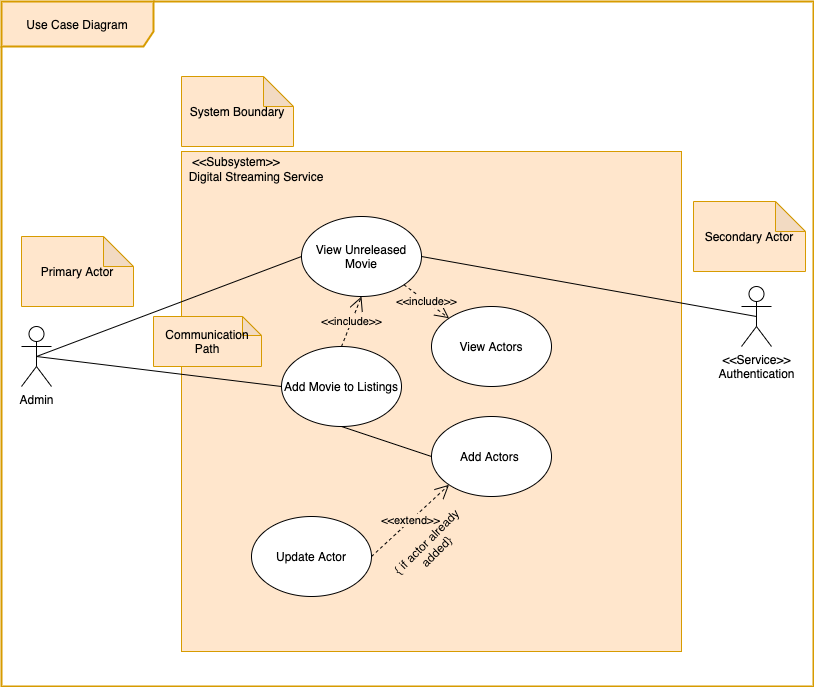
Before: KohHongYe/Project/Diagrams/UseCaseDiagram.png, a diagram exported from draw.io (aukokyong/DSS). Source tidied: cells renumbered, new cells last; positions are measured from the earlier drawing's top-left corner, leaving out a move shared by most shapes. The source it was exported from:
```xml
<mxGraphModel>
  <root>
    <mxCell id="0" />
    <mxCell id="1" parent="0" />
    <mxCell id="2" value="Use Case Diagram" style="shape=umlFrame;whiteSpace=wrap;html=1;glass=1;strokeColor=#d79b00;strokeWidth=2;fillColor=#ffe6cc;width=152;height=45;" parent="1" vertex="1">
      <mxGeometry width="812" height="685" as="geometry" />
    </mxCell>
    <mxCell id="3" style="whiteSpace=wrap;html=1;fillColor=#ffe6cc;strokeColor=#d79b00;" parent="1" vertex="1">
      <mxGeometry x="180" y="150" width="500" height="500" as="geometry" />
    </mxCell>
    <mxCell id="4" value="Admin" style="shape=umlActor;verticalLabelPosition=bottom;verticalAlign=top;html=1;outlineConnect=0;" parent="1" vertex="1">
      <mxGeometry x="20" y="325" width="30" height="60" as="geometry" />
    </mxCell>
    <mxCell id="5" value="View Unreleased Movie" style="ellipse;whiteSpace=wrap;html=1;" parent="1" vertex="1">
      <mxGeometry x="300" y="215" width="120" height="80" as="geometry" />
    </mxCell>
    <mxCell id="6" style="endArrow=none;html=1;exitX=0.5;exitY=0.5;exitDx=0;exitDy=0;exitPerimeter=0;entryX=0;entryY=0.5;entryDx=0;entryDy=0;" parent="1" edge="1" source="4" target="5">
      <mxGeometry relative="1" as="geometry" />
    </mxCell>
    <mxCell id="7" value="&amp;lt;&amp;lt;Service&amp;gt;&amp;gt;&lt;br&gt;Authentication" style="shape=umlActor;verticalLabelPosition=bottom;verticalAlign=top;html=1;outlineConnect=0;" parent="1" vertex="1">
      <mxGeometry x="740" y="285" width="30" height="60" as="geometry" />
    </mxCell>
    <mxCell id="8" style="endArrow=none;html=1;entryX=0.5;entryY=0.5;entryDx=0;entryDy=0;entryPerimeter=0;" parent="1" edge="1" target="7">
      <mxGeometry relative="1" as="geometry">
        <mxPoint x="420" y="255" as="sourcePoint" />
      </mxGeometry>
    </mxCell>
    <mxCell id="9" value="Add Movie to Listings" style="ellipse;whiteSpace=wrap;html=1;" parent="1" vertex="1">
      <mxGeometry x="280" y="345" width="120" height="80" as="geometry" />
    </mxCell>
    <mxCell id="10" style="endArrow=none;html=1;entryX=0;entryY=0.5;entryDx=0;entryDy=0;exitX=0.5;exitY=0.5;exitDx=0;exitDy=0;exitPerimeter=0;" parent="1" edge="1" source="4" target="9">
      <mxGeometry relative="1" as="geometry" />
    </mxCell>
    <mxCell id="11" value="&lt;span style=&quot;background-color: rgb(255 , 230 , 204)&quot;&gt;&amp;lt;&amp;lt;include&amp;gt;&amp;gt;&lt;/span&gt;" style="endArrow=open;endSize=12;dashed=1;html=1;exitX=0.5;exitY=0;exitDx=0;exitDy=0;entryX=0.5;entryY=1;entryDx=0;entryDy=0;" parent="1" edge="1" source="9" target="5">
      <mxGeometry relative="1" as="geometry" />
    </mxCell>
    <mxCell id="12" value="View Actors" style="ellipse;whiteSpace=wrap;html=1;" parent="1" vertex="1">
      <mxGeometry x="430" y="305" width="120" height="80" as="geometry" />
    </mxCell>
    <mxCell id="13" value="&lt;span style=&quot;background-color: rgb(255 , 230 , 204)&quot;&gt;&amp;lt;&amp;lt;include&amp;gt;&amp;gt;&lt;/span&gt;" style="endArrow=open;endSize=12;dashed=1;html=1;exitX=1;exitY=1;exitDx=0;exitDy=0;entryX=0;entryY=0;entryDx=0;entryDy=0;" parent="1" edge="1" source="5" target="12">
      <mxGeometry relative="1" as="geometry" />
    </mxCell>
    <mxCell id="14" value="Add Actors&amp;nbsp;" style="ellipse;whiteSpace=wrap;html=1;" parent="1" vertex="1">
      <mxGeometry x="430" y="415" width="120" height="80" as="geometry" />
    </mxCell>
    <mxCell id="15" style="endArrow=none;html=1;exitX=0.5;exitY=1;exitDx=0;exitDy=0;entryX=0;entryY=0.5;entryDx=0;entryDy=0;" parent="1" edge="1" source="9" target="14">
      <mxGeometry relative="1" as="geometry" />
    </mxCell>
    <mxCell id="16" value="Update Actor" style="ellipse;whiteSpace=wrap;html=1;" parent="1" vertex="1">
      <mxGeometry x="250" y="515" width="120" height="80" as="geometry" />
    </mxCell>
    <mxCell id="17" value="&lt;span style=&quot;background-color: rgb(255 , 230 , 204)&quot;&gt;&amp;lt;&amp;lt;extend&amp;gt;&amp;gt;&lt;/span&gt;" style="endArrow=open;endSize=12;dashed=1;html=1;exitX=1;exitY=0.5;exitDx=0;exitDy=0;entryX=0;entryY=1;entryDx=0;entryDy=0;" parent="1" edge="1" source="16" target="14">
      <mxGeometry relative="1" as="geometry" />
    </mxCell>
    <mxCell id="18" value="{ if actor already added}" style="text;html=1;strokeColor=none;fillColor=none;align=center;verticalAlign=middle;whiteSpace=wrap;rounded=0;rotation=-45;" parent="1" vertex="1">
      <mxGeometry x="370" y="535" width="120" height="20" as="geometry" />
    </mxCell>
    <mxCell id="19" value="&amp;lt;&amp;lt;Subsystem&amp;gt;&amp;gt;" style="text;html=1;strokeColor=none;fillColor=none;align=center;verticalAlign=middle;whiteSpace=wrap;rounded=0;" parent="1" vertex="1">
      <mxGeometry x="160" y="135" width="150" height="50" as="geometry" />
    </mxCell>
    <mxCell id="20" value="Digital Streaming Service" style="text;html=1;strokeColor=none;fillColor=none;align=center;verticalAlign=middle;whiteSpace=wrap;rounded=0;" parent="1" vertex="1">
      <mxGeometry x="180" y="150" width="150" height="50" as="geometry" />
    </mxCell>
    <mxCell id="21" value="Primary Actor" style="shape=note;whiteSpace=wrap;html=1;backgroundOutline=1;darkOpacity=0.05;fillColor=#ffe6cc;strokeColor=#d79b00;" parent="1" vertex="1">
      <mxGeometry x="20" y="235" width="112" height="70" as="geometry" />
    </mxCell>
    <mxCell id="22" value="Secondary Actor" style="shape=note;whiteSpace=wrap;html=1;backgroundOutline=1;darkOpacity=0.05;fillColor=#ffe6cc;strokeColor=#d79b00;" parent="1" vertex="1">
      <mxGeometry x="692" y="200" width="112" height="70" as="geometry" />
    </mxCell>
    <mxCell id="23" value="System Boundary" style="shape=note;whiteSpace=wrap;html=1;backgroundOutline=1;darkOpacity=0.05;fillColor=#ffe6cc;strokeColor=#d79b00;" parent="1" vertex="1">
      <mxGeometry x="180" y="75" width="112" height="70" as="geometry" />
    </mxCell>
    <mxCell id="24" value="Communication&lt;br&gt;Path" style="shape=note;whiteSpace=wrap;html=1;backgroundOutline=1;darkOpacity=0.05;fillColor=#ffe6cc;strokeColor=#d79b00;size=19;" parent="1" vertex="1">
      <mxGeometry x="152" y="315" width="108" height="50" as="geometry" />
    </mxCell>
  </root>
</mxGraphModel>
```
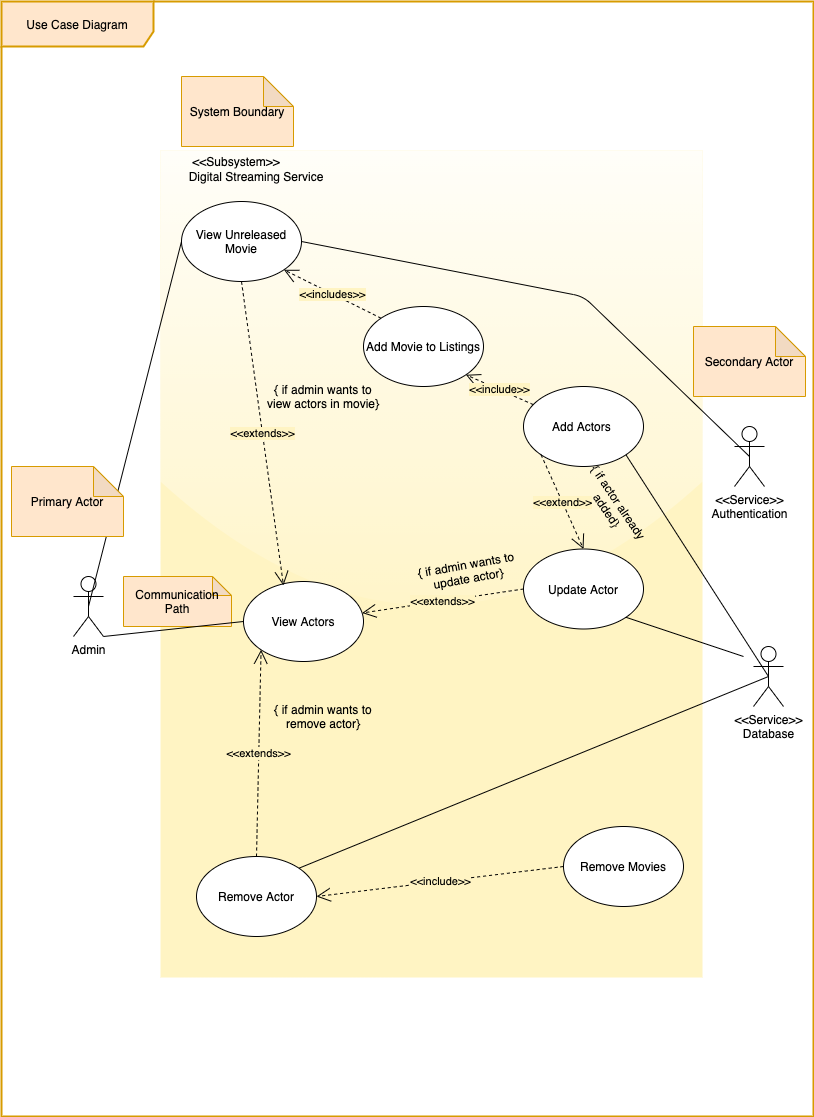
After the change.

Commit message:
Update Use Case Diagrams

Diff of the diagram source:
```diff
@@ -3,57 +3,50 @@
     <mxCell id="0" />
     <mxCell id="1" parent="0" />
     <mxCell id="2" value="Use Case Diagram" style="shape=umlFrame;whiteSpace=wrap;html=1;glass=1;strokeColor=#d79b00;strokeWidth=2;fillColor=#ffe6cc;width=152;height=45;" parent="1" vertex="1">
-      <mxGeometry width="812" height="685" as="geometry" />
+      <mxGeometry width="812" height="1115" as="geometry" />
     </mxCell>
-    <mxCell id="3" style="whiteSpace=wrap;html=1;fillColor=#ffe6cc;strokeColor=#d79b00;" parent="1" vertex="1">
-      <mxGeometry x="180" y="150" width="500" height="500" as="geometry" />
-    </mxCell>
+    <mxCell id="25" style="rounded=0;whiteSpace=wrap;html=1;glass=1;strokeWidth=2;strokeColor=#FFF4C3;fillColor=#FFF4C3;" parent="1" vertex="1">
+      <mxGeometry x="160" y="150" width="540" height="825" as="geometry" />
+    </mxCell>
     <mxCell id="4" value="Admin" style="shape=umlActor;verticalLabelPosition=bottom;verticalAlign=top;html=1;outlineConnect=0;" parent="1" vertex="1">
-      <mxGeometry x="20" y="325" width="30" height="60" as="geometry" />
+      <mxGeometry x="72" y="575" width="30" height="60" as="geometry" />
     </mxCell>
     <mxCell id="5" value="View Unreleased Movie" style="ellipse;whiteSpace=wrap;html=1;" parent="1" vertex="1">
-      <mxGeometry x="300" y="215" width="120" height="80" as="geometry" />
+      <mxGeometry x="180" y="200" width="120" height="80" as="geometry" />
     </mxCell>
     <mxCell id="6" style="endArrow=none;html=1;exitX=0.5;exitY=0.5;exitDx=0;exitDy=0;exitPerimeter=0;entryX=0;entryY=0.5;entryDx=0;entryDy=0;" parent="1" edge="1" source="4" target="5">
       <mxGeometry relative="1" as="geometry" />
     </mxCell>
     <mxCell id="7" value="&amp;lt;&amp;lt;Service&amp;gt;&amp;gt;&lt;br&gt;Authentication" style="shape=umlActor;verticalLabelPosition=bottom;verticalAlign=top;html=1;outlineConnect=0;" parent="1" vertex="1">
-      <mxGeometry x="740" y="285" width="30" height="60" as="geometry" />
+      <mxGeometry x="733" y="425" width="30" height="60" as="geometry" />
     </mxCell>
-    <mxCell id="8" style="endArrow=none;html=1;entryX=0.5;entryY=0.5;entryDx=0;entryDy=0;entryPerimeter=0;" parent="1" edge="1" target="7">
+    <mxCell id="8" style="endArrow=none;html=1;entryX=0.5;entryY=0.5;entryDx=0;entryDy=0;entryPerimeter=0;exitX=1;exitY=0.5;exitDx=0;exitDy=0;" parent="1" edge="1" source="5" target="7">
       <mxGeometry relative="1" as="geometry">
-        <mxPoint x="420" y="255" as="sourcePoint" />
+        <Array as="points">
+          <mxPoint x="582" y="295" />
+        </Array>
       </mxGeometry>
     </mxCell>
     <mxCell id="9" value="Add Movie to Listings" style="ellipse;whiteSpace=wrap;html=1;" parent="1" vertex="1">
-      <mxGeometry x="280" y="345" width="120" height="80" as="geometry" />
+      <mxGeometry x="362" y="305" width="120" height="80" as="geometry" />
     </mxCell>
-    <mxCell id="10" style="endArrow=none;html=1;entryX=0;entryY=0.5;entryDx=0;entryDy=0;exitX=0.5;exitY=0.5;exitDx=0;exitDy=0;exitPerimeter=0;" parent="1" edge="1" source="4" target="9">
-      <mxGeometry relative="1" as="geometry" />
-    </mxCell>
-    <mxCell id="11" value="&lt;span style=&quot;background-color: rgb(255 , 230 , 204)&quot;&gt;&amp;lt;&amp;lt;include&amp;gt;&amp;gt;&lt;/span&gt;" style="endArrow=open;endSize=12;dashed=1;html=1;exitX=0.5;exitY=0;exitDx=0;exitDy=0;entryX=0.5;entryY=1;entryDx=0;entryDy=0;" parent="1" edge="1" source="9" target="5">
+    <mxCell id="11" value="&lt;span style=&quot;background-color: rgb(255 , 244 , 195)&quot;&gt;&amp;lt;&amp;lt;includes&amp;gt;&amp;gt;&lt;/span&gt;" style="endArrow=open;endSize=12;dashed=1;html=1;exitX=0;exitY=0;exitDx=0;exitDy=0;entryX=1;entryY=1;entryDx=0;entryDy=0;" parent="1" edge="1" source="9" target="5">
       <mxGeometry relative="1" as="geometry" />
     </mxCell>
     <mxCell id="12" value="View Actors" style="ellipse;whiteSpace=wrap;html=1;" parent="1" vertex="1">
-      <mxGeometry x="430" y="305" width="120" height="80" as="geometry" />
+      <mxGeometry x="242" y="580" width="120" height="80" as="geometry" />
     </mxCell>
-    <mxCell id="13" value="&lt;span style=&quot;background-color: rgb(255 , 230 , 204)&quot;&gt;&amp;lt;&amp;lt;include&amp;gt;&amp;gt;&lt;/span&gt;" style="endArrow=open;endSize=12;dashed=1;html=1;exitX=1;exitY=1;exitDx=0;exitDy=0;entryX=0;entryY=0;entryDx=0;entryDy=0;" parent="1" edge="1" source="5" target="12">
-      <mxGeometry relative="1" as="geometry" />
-    </mxCell>
     <mxCell id="14" value="Add Actors&amp;nbsp;" style="ellipse;whiteSpace=wrap;html=1;" parent="1" vertex="1">
-      <mxGeometry x="430" y="415" width="120" height="80" as="geometry" />
+      <mxGeometry x="522" y="385" width="120" height="80" as="geometry" />
     </mxCell>
-    <mxCell id="15" style="endArrow=none;html=1;exitX=0.5;exitY=1;exitDx=0;exitDy=0;entryX=0;entryY=0.5;entryDx=0;entryDy=0;" parent="1" edge="1" source="9" target="14">
-      <mxGeometry relative="1" as="geometry" />
-    </mxCell>
     <mxCell id="16" value="Update Actor" style="ellipse;whiteSpace=wrap;html=1;" parent="1" vertex="1">
-      <mxGeometry x="250" y="515" width="120" height="80" as="geometry" />
+      <mxGeometry x="522" y="547.5" width="120" height="80" as="geometry" />
     </mxCell>
-    <mxCell id="17" value="&lt;span style=&quot;background-color: rgb(255 , 230 , 204)&quot;&gt;&amp;lt;&amp;lt;extend&amp;gt;&amp;gt;&lt;/span&gt;" style="endArrow=open;endSize=12;dashed=1;html=1;exitX=1;exitY=0.5;exitDx=0;exitDy=0;entryX=0;entryY=1;entryDx=0;entryDy=0;" parent="1" edge="1" source="16" target="14">
+    <mxCell id="17" value="&lt;span style=&quot;background-color: rgb(255 , 244 , 195)&quot;&gt;&amp;lt;&amp;lt;extend&amp;gt;&amp;gt;&lt;/span&gt;" style="endArrow=open;endSize=12;dashed=1;html=1;exitX=0;exitY=1;exitDx=0;exitDy=0;entryX=0.5;entryY=0;entryDx=0;entryDy=0;" parent="1" edge="1" source="14" target="16">
       <mxGeometry relative="1" as="geometry" />
     </mxCell>
-    <mxCell id="18" value="{ if actor already added}" style="text;html=1;strokeColor=none;fillColor=none;align=center;verticalAlign=middle;whiteSpace=wrap;rounded=0;rotation=-45;" parent="1" vertex="1">
-      <mxGeometry x="370" y="535" width="120" height="20" as="geometry" />
+    <mxCell id="18" value="{ if actor already added}" style="text;html=1;strokeColor=none;fillColor=none;align=center;verticalAlign=middle;whiteSpace=wrap;rounded=0;rotation=56;" parent="1" vertex="1">
+      <mxGeometry x="552" y="495" width="120" height="20" as="geometry" />
     </mxCell>
     <mxCell id="19" value="&amp;lt;&amp;lt;Subsystem&amp;gt;&amp;gt;" style="text;html=1;strokeColor=none;fillColor=none;align=center;verticalAlign=middle;whiteSpace=wrap;rounded=0;" parent="1" vertex="1">
       <mxGeometry x="160" y="135" width="150" height="50" as="geometry" />
@@ -62,16 +55,63 @@
       <mxGeometry x="180" y="150" width="150" height="50" as="geometry" />
     </mxCell>
     <mxCell id="21" value="Primary Actor" style="shape=note;whiteSpace=wrap;html=1;backgroundOutline=1;darkOpacity=0.05;fillColor=#ffe6cc;strokeColor=#d79b00;" parent="1" vertex="1">
-      <mxGeometry x="20" y="235" width="112" height="70" as="geometry" />
+      <mxGeometry x="10" y="465" width="112" height="70" as="geometry" />
     </mxCell>
     <mxCell id="22" value="Secondary Actor" style="shape=note;whiteSpace=wrap;html=1;backgroundOutline=1;darkOpacity=0.05;fillColor=#ffe6cc;strokeColor=#d79b00;" parent="1" vertex="1">
-      <mxGeometry x="692" y="200" width="112" height="70" as="geometry" />
+      <mxGeometry x="692" y="325" width="112" height="70" as="geometry" />
     </mxCell>
     <mxCell id="23" value="System Boundary" style="shape=note;whiteSpace=wrap;html=1;backgroundOutline=1;darkOpacity=0.05;fillColor=#ffe6cc;strokeColor=#d79b00;" parent="1" vertex="1">
       <mxGeometry x="180" y="75" width="112" height="70" as="geometry" />
     </mxCell>
     <mxCell id="24" value="Communication&lt;br&gt;Path" style="shape=note;whiteSpace=wrap;html=1;backgroundOutline=1;darkOpacity=0.05;fillColor=#ffe6cc;strokeColor=#d79b00;size=19;" parent="1" vertex="1">
-      <mxGeometry x="152" y="315" width="108" height="50" as="geometry" />
+      <mxGeometry x="122" y="575" width="108" height="50" as="geometry" />
     </mxCell>
+    <mxCell id="26" value="Remove Movies" style="ellipse;whiteSpace=wrap;html=1;" parent="1" vertex="1">
+      <mxGeometry x="562" y="825" width="120" height="80" as="geometry" />
+    </mxCell>
+    <mxCell id="27" value="Remove Actor" style="ellipse;whiteSpace=wrap;html=1;" parent="1" vertex="1">
+      <mxGeometry x="195" y="855" width="120" height="80" as="geometry" />
+    </mxCell>
+    <mxCell id="28" style="endArrow=none;html=1;entryX=1;entryY=1;entryDx=0;entryDy=0;entryPerimeter=0;exitX=0;exitY=0.5;exitDx=0;exitDy=0;" parent="1" edge="1" source="12" target="4">
+      <mxGeometry relative="1" as="geometry" />
+    </mxCell>
+    <mxCell id="29" value="&lt;span style=&quot;background-color: rgb(255 , 244 , 195)&quot;&gt;&amp;lt;&amp;lt;extends&amp;gt;&amp;gt;&lt;/span&gt;" style="endArrow=open;endSize=12;dashed=1;html=1;exitX=0;exitY=0.5;exitDx=0;exitDy=0;" parent="1" edge="1" source="16" target="12">
+      <mxGeometry relative="1" as="geometry" />
+    </mxCell>
+    <mxCell id="30" value="&lt;span style=&quot;background-color: rgb(255 , 244 , 195)&quot;&gt;&amp;lt;&amp;lt;extends&amp;gt;&amp;gt;&lt;/span&gt;" style="endArrow=open;endSize=12;dashed=1;html=1;exitX=0.5;exitY=0;exitDx=0;exitDy=0;entryX=0;entryY=1;entryDx=0;entryDy=0;" parent="1" edge="1" source="27" target="12">
+      <mxGeometry relative="1" as="geometry" />
+    </mxCell>
+    <mxCell id="31" value="&amp;lt;&amp;lt;Service&amp;gt;&amp;gt;&lt;br&gt;Database" style="shape=umlActor;verticalLabelPosition=bottom;verticalAlign=top;html=1;outlineConnect=0;" parent="1" vertex="1">
+      <mxGeometry x="752" y="645" width="30" height="60" as="geometry" />
+    </mxCell>
+    <mxCell id="32" style="endArrow=none;html=1;entryX=1;entryY=1;entryDx=0;entryDy=0;exitX=0.5;exitY=0.5;exitDx=0;exitDy=0;exitPerimeter=0;" parent="1" edge="1" source="31" target="14">
+      <mxGeometry relative="1" as="geometry" />
+    </mxCell>
+    <mxCell id="33" style="endArrow=none;html=1;entryX=1;entryY=0;entryDx=0;entryDy=0;exitX=0.5;exitY=0.5;exitDx=0;exitDy=0;exitPerimeter=0;" parent="1" edge="1" source="31" target="27">
+      <mxGeometry relative="1" as="geometry" />
+    </mxCell>
+    <mxCell id="34" style="endArrow=none;html=1;entryX=1;entryY=1;entryDx=0;entryDy=0;" parent="1" edge="1" target="16">
+      <mxGeometry relative="1" as="geometry">
+        <mxPoint x="742" y="655" as="sourcePoint" />
+      </mxGeometry>
+    </mxCell>
+    <mxCell id="35" value="{ if admin wants to remove actor}" style="text;html=1;strokeColor=none;fillColor=none;align=center;verticalAlign=middle;whiteSpace=wrap;rounded=0;rotation=0;" parent="1" vertex="1">
+      <mxGeometry x="262" y="705" width="120" height="20" as="geometry" />
+    </mxCell>
+    <mxCell id="36" value="{ if admin wants to update actor}" style="text;html=1;strokeColor=none;fillColor=none;align=center;verticalAlign=middle;whiteSpace=wrap;rounded=0;rotation=-10;" parent="1" vertex="1">
+      <mxGeometry x="406" y="560" width="120" height="20" as="geometry" />
+    </mxCell>
+    <mxCell id="37" value="&lt;span style=&quot;background-color: rgb(255 , 244 , 195)&quot;&gt;&amp;lt;&amp;lt;include&amp;gt;&amp;gt;&lt;/span&gt;" style="endArrow=open;endSize=12;dashed=1;html=1;entryX=1;entryY=1;entryDx=0;entryDy=0;" parent="1" edge="1" source="14" target="9">
+      <mxGeometry relative="1" as="geometry" />
+    </mxCell>
+    <mxCell id="38" value="&lt;span style=&quot;background-color: rgb(255 , 244 , 195)&quot;&gt;&amp;lt;&amp;lt;include&amp;gt;&amp;gt;&lt;/span&gt;" style="endArrow=open;endSize=12;dashed=1;html=1;entryX=1;entryY=0.5;entryDx=0;entryDy=0;exitX=0;exitY=0.5;exitDx=0;exitDy=0;" parent="1" edge="1" source="26" target="27">
+      <mxGeometry relative="1" as="geometry" />
+    </mxCell>
+    <mxCell id="13" value="&lt;span style=&quot;background-color: rgb(255 , 244 , 195)&quot;&gt;&amp;lt;&amp;lt;extends&amp;gt;&amp;gt;&lt;/span&gt;" style="endArrow=open;endSize=12;dashed=1;html=1;exitX=0.5;exitY=1;exitDx=0;exitDy=0;entryX=0.333;entryY=0.05;entryDx=0;entryDy=0;entryPerimeter=0;" parent="1" edge="1" source="5" target="12">
+      <mxGeometry relative="1" as="geometry" />
+    </mxCell>
+    <mxCell id="39" value="{ if admin wants to view actors in movie}" style="text;html=1;strokeColor=none;fillColor=none;align=center;verticalAlign=middle;whiteSpace=wrap;rounded=0;rotation=0;" parent="1" vertex="1">
+      <mxGeometry x="262" y="385" width="120" height="20" as="geometry" />
+    </mxCell>
   </root>
 </mxGraphModel>
```
